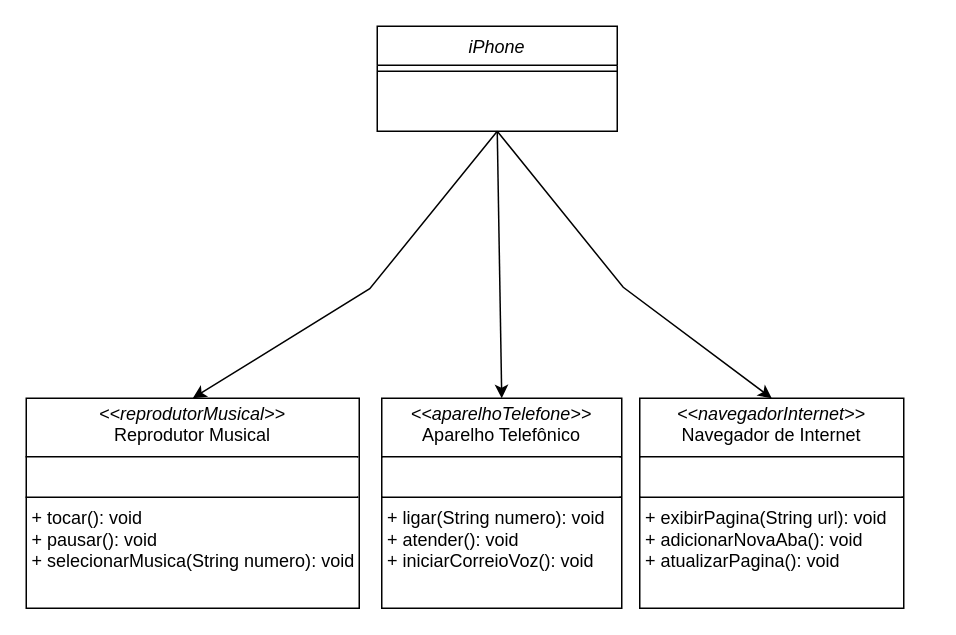
Above: desafios/poo/Diagrama Desafio POO.drawio in gVesco/trilha-java-basico (draw.io), before the change. Source tidied: cells renumbered, new cells numbered last; positions are measured from the earlier drawing's top-left corner, leaving out a move shared by most shapes. Both pictures are drawn from the tidied source at 150%, with x=0, y=0 at pixel (26, 26).
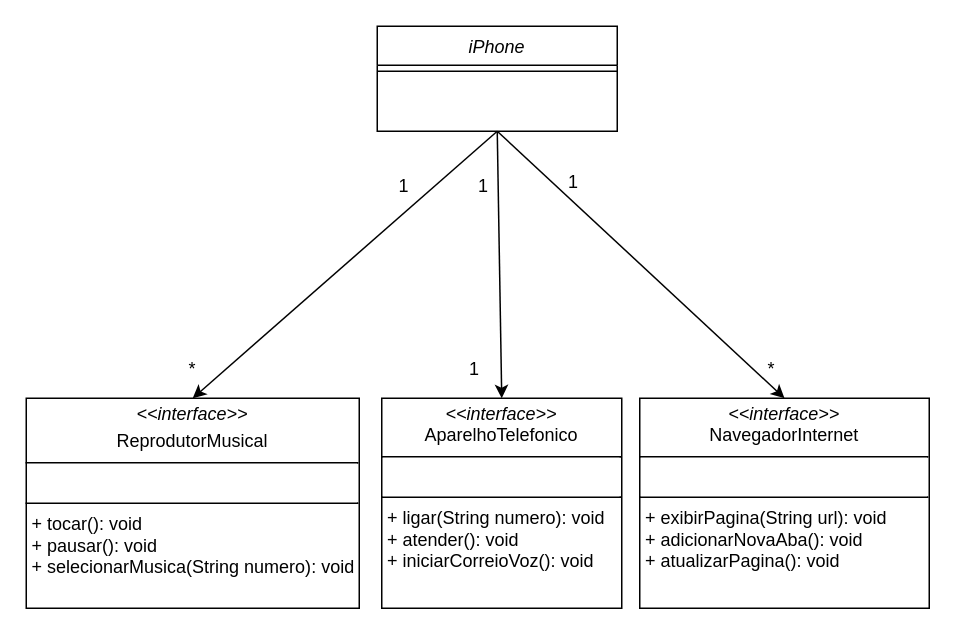
The same diagram, later.

Change to the diagram source:
```diff
@@
 <mxGraphModel>
   <root>
     <mxCell id="0" />
     <mxCell id="1" parent="0" />
     <mxCell id="2" value="iPhone" style="swimlane;fontStyle=2;align=center;verticalAlign=top;horizontal=1;startSize=26;rounded=0;shadow=0;strokeWidth=1;" parent="1" vertex="1">
       <mxGeometry x="234" width="160" height="70" as="geometry" />
     </mxCell>
     <mxCell id="3" style="line;html=1;strokeWidth=1;align=left;verticalAlign=middle;spacingTop=-1;spacingLeft=3;spacingRight=3;labelPosition=right;" parent="2" vertex="1">
       <mxGeometry y="26" width="160" height="8" as="geometry" />
     </mxCell>
     <mxCell id="4" style="endArrow=classic;html=1;rounded=0;exitX=0.5;exitY=1;exitDx=0;exitDy=0;entryX=0.5;entryY=0;entryDx=0;entryDy=0;" parent="1" edge="1" source="2" target="8">
       <mxGeometry relative="1" as="geometry" />
     </mxCell>
-    <mxCell id="5" style="endArrow=classic;html=1;rounded=0;exitX=0.5;exitY=1;exitDx=0;exitDy=0;entryX=0.5;entryY=0;entryDx=0;entryDy=0;" parent="1" edge="1" source="2" target="7">
-      <mxGeometry relative="1" as="geometry">
-        <Array as="points">
-          <mxPoint x="229" y="175" />
-        </Array>
-      </mxGeometry>
+    <mxCell id="5" style="endArrow=classic;html=1;rounded=0;exitX=0.5;exitY=1;exitDx=0;exitDy=0;entryX=0.5;entryY=0;entryDx=0;entryDy=0;curved=0;" parent="1" edge="1" source="2" target="7">
+      <mxGeometry relative="1" as="geometry" />
     </mxCell>
     <mxCell id="6" style="endArrow=classic;html=1;rounded=0;exitX=0.5;exitY=1;exitDx=0;exitDy=0;entryX=0.5;entryY=0;entryDx=0;entryDy=0;" parent="1" edge="1" source="2" target="9">
-      <mxGeometry relative="1" as="geometry">
-        <Array as="points">
-          <mxPoint x="398" y="174" />
-        </Array>
-      </mxGeometry>
+      <mxGeometry relative="1" as="geometry" />
     </mxCell>
-    <mxCell id="7" value="&lt;p style=&quot;margin:0px;margin-top:4px;text-align:center;&quot;&gt;&lt;i&gt;&amp;lt;&amp;lt;reprodutorMusical&amp;gt;&amp;gt;&lt;/i&gt;&lt;br&gt;&lt;span style=&quot;text-wrap: nowrap;&quot;&gt;Reprodutor Musical&lt;/span&gt;&lt;br&gt;&lt;/p&gt;&lt;hr size=&quot;1&quot; style=&quot;border-style:solid;&quot;&gt;&lt;p style=&quot;margin:0px;margin-left:4px;&quot;&gt;&lt;br&gt;&lt;/p&gt;&lt;hr size=&quot;1&quot; style=&quot;border-style:solid;&quot;&gt;&lt;p style=&quot;margin:0px;margin-left:4px;&quot;&gt;+&amp;nbsp;&lt;span style=&quot;text-wrap: nowrap; text-align: center;&quot;&gt;tocar()&lt;/span&gt;: void&lt;br&gt;+&amp;nbsp;&lt;span style=&quot;text-wrap: nowrap; text-align: center;&quot;&gt;pausar()&lt;/span&gt;: void&lt;br&gt;&lt;/p&gt;&lt;p style=&quot;margin:0px;margin-left:4px;&quot;&gt;+&amp;nbsp;&lt;span style=&quot;text-wrap: nowrap; text-align: center;&quot;&gt;selecionarMusica(String numero)&lt;/span&gt;&lt;span style=&quot;background-color: initial;&quot;&gt;: void&lt;/span&gt;&lt;br&gt;&lt;/p&gt;" style="verticalAlign=top;align=left;overflow=fill;html=1;whiteSpace=wrap;" parent="1" vertex="1">
+    <mxCell id="7" value="&lt;p style=&quot;margin:0px;margin-top:4px;text-align:center;&quot;&gt;&lt;i&gt;&amp;lt;&amp;lt;interface&lt;/i&gt;&lt;i style=&quot;background-color: initial;&quot;&gt;&amp;gt;&amp;gt;&lt;/i&gt;&lt;/p&gt;&lt;p style=&quot;margin:0px;margin-top:4px;text-align:center;&quot;&gt;&lt;span style=&quot;text-wrap: nowrap;&quot;&gt;ReprodutorMusical&lt;/span&gt;&lt;br&gt;&lt;/p&gt;&lt;hr size=&quot;1&quot; style=&quot;border-style:solid;&quot;&gt;&lt;p style=&quot;margin:0px;margin-left:4px;&quot;&gt;&lt;br&gt;&lt;/p&gt;&lt;hr size=&quot;1&quot; style=&quot;border-style:solid;&quot;&gt;&lt;p style=&quot;margin:0px;margin-left:4px;&quot;&gt;+&amp;nbsp;&lt;span style=&quot;text-wrap: nowrap; text-align: center;&quot;&gt;tocar()&lt;/span&gt;: void&lt;br&gt;+&amp;nbsp;&lt;span style=&quot;text-wrap: nowrap; text-align: center;&quot;&gt;pausar()&lt;/span&gt;: void&lt;br&gt;&lt;/p&gt;&lt;p style=&quot;margin:0px;margin-left:4px;&quot;&gt;+&amp;nbsp;&lt;span style=&quot;text-wrap: nowrap; text-align: center;&quot;&gt;selecionarMusica(String numero)&lt;/span&gt;&lt;span style=&quot;background-color: initial;&quot;&gt;: void&lt;/span&gt;&lt;br&gt;&lt;/p&gt;" style="verticalAlign=top;align=left;overflow=fill;html=1;whiteSpace=wrap;" parent="1" vertex="1">
       <mxGeometry y="248" width="222" height="140" as="geometry" />
     </mxCell>
-    <mxCell id="8" value="&lt;p style=&quot;margin:0px;margin-top:4px;text-align:center;&quot;&gt;&lt;i&gt;&amp;lt;&amp;lt;aparelhoTelefone&amp;gt;&amp;gt;&lt;/i&gt;&lt;br&gt;&lt;span style=&quot;text-wrap: nowrap;&quot;&gt;Aparelho Telefônico&lt;/span&gt;&lt;br&gt;&lt;/p&gt;&lt;hr size=&quot;1&quot; style=&quot;border-style:solid;&quot;&gt;&lt;p style=&quot;margin:0px;margin-left:4px;&quot;&gt;&lt;br&gt;&lt;/p&gt;&lt;hr size=&quot;1&quot; style=&quot;border-style:solid;&quot;&gt;&lt;p style=&quot;margin:0px;margin-left:4px;&quot;&gt;+&amp;nbsp;&lt;span style=&quot;text-align: center; text-wrap: nowrap;&quot;&gt;ligar(String numero): void&lt;/span&gt;&lt;br&gt;+&amp;nbsp;&lt;span style=&quot;text-align: center; text-wrap: nowrap;&quot;&gt;atender()&lt;/span&gt;: void&lt;br&gt;&lt;/p&gt;&lt;p style=&quot;margin:0px;margin-left:4px;&quot;&gt;+&amp;nbsp;&lt;span style=&quot;text-align: center; text-wrap: nowrap;&quot;&gt;iniciarCorreioVoz()&lt;/span&gt;&lt;span style=&quot;background-color: initial;&quot;&gt;: void&lt;/span&gt;&lt;br&gt;&lt;/p&gt;" style="verticalAlign=top;align=left;overflow=fill;html=1;whiteSpace=wrap;" parent="1" vertex="1">
+    <mxCell id="8" value="&lt;p style=&quot;margin:0px;margin-top:4px;text-align:center;&quot;&gt;&lt;i&gt;&amp;lt;&amp;lt;interface&amp;gt;&amp;gt;&lt;/i&gt;&lt;br&gt;&lt;span style=&quot;text-wrap: nowrap;&quot;&gt;AparelhoTelefonico&lt;/span&gt;&lt;br&gt;&lt;/p&gt;&lt;hr size=&quot;1&quot; style=&quot;border-style:solid;&quot;&gt;&lt;p style=&quot;margin:0px;margin-left:4px;&quot;&gt;&lt;br&gt;&lt;/p&gt;&lt;hr size=&quot;1&quot; style=&quot;border-style:solid;&quot;&gt;&lt;p style=&quot;margin:0px;margin-left:4px;&quot;&gt;+&amp;nbsp;&lt;span style=&quot;text-align: center; text-wrap: nowrap;&quot;&gt;ligar(String numero): void&lt;/span&gt;&lt;br&gt;+&amp;nbsp;&lt;span style=&quot;text-align: center; text-wrap: nowrap;&quot;&gt;atender()&lt;/span&gt;: void&lt;br&gt;&lt;/p&gt;&lt;p style=&quot;margin:0px;margin-left:4px;&quot;&gt;+&amp;nbsp;&lt;span style=&quot;text-align: center; text-wrap: nowrap;&quot;&gt;iniciarCorreioVoz()&lt;/span&gt;&lt;span style=&quot;background-color: initial;&quot;&gt;: void&lt;/span&gt;&lt;br&gt;&lt;/p&gt;" style="verticalAlign=top;align=left;overflow=fill;html=1;whiteSpace=wrap;" parent="1" vertex="1">
       <mxGeometry x="237" y="248" width="160" height="140" as="geometry" />
     </mxCell>
-    <mxCell id="9" value="&lt;p style=&quot;margin:0px;margin-top:4px;text-align:center;&quot;&gt;&lt;i&gt;&amp;lt;&amp;lt;navegadorInternet&amp;gt;&amp;gt;&lt;/i&gt;&lt;br&gt;&lt;span style=&quot;text-wrap: nowrap;&quot;&gt;Navegador de Internet&lt;/span&gt;&lt;/p&gt;&lt;hr size=&quot;1&quot; style=&quot;border-style:solid;&quot;&gt;&lt;p style=&quot;margin:0px;margin-left:4px;&quot;&gt;&lt;br&gt;&lt;/p&gt;&lt;hr size=&quot;1&quot; style=&quot;border-style:solid;&quot;&gt;&lt;p style=&quot;margin:0px;margin-left:4px;&quot;&gt;+&amp;nbsp;&lt;span style=&quot;text-align: center; text-wrap: nowrap;&quot;&gt;exibirPagina(String url)&lt;/span&gt;&lt;span style=&quot;text-align: center; text-wrap: nowrap;&quot;&gt;: void&lt;/span&gt;&lt;br&gt;+&amp;nbsp;&lt;span style=&quot;text-align: center; text-wrap: nowrap;&quot;&gt;adicionarNovaAba()&lt;/span&gt;: void&lt;br&gt;&lt;/p&gt;&lt;p style=&quot;margin:0px;margin-left:4px;&quot;&gt;+&amp;nbsp;&lt;span style=&quot;text-align: center; text-wrap: nowrap;&quot;&gt;atualizarPagina()&lt;/span&gt;&lt;span style=&quot;background-color: initial;&quot;&gt;: void&lt;/span&gt;&lt;br&gt;&lt;/p&gt;" style="verticalAlign=top;align=left;overflow=fill;html=1;whiteSpace=wrap;" parent="1" vertex="1">
-      <mxGeometry x="409" y="248" width="176" height="140" as="geometry" />
+    <mxCell id="9" value="&lt;p style=&quot;margin:0px;margin-top:4px;text-align:center;&quot;&gt;&lt;i&gt;&amp;lt;&amp;lt;interface&amp;gt;&amp;gt;&lt;/i&gt;&lt;br&gt;&lt;span style=&quot;text-wrap: nowrap;&quot;&gt;NavegadorInternet&lt;/span&gt;&lt;br&gt;&lt;/p&gt;&lt;hr size=&quot;1&quot; style=&quot;border-style:solid;&quot;&gt;&lt;p style=&quot;margin:0px;margin-left:4px;&quot;&gt;&lt;br&gt;&lt;/p&gt;&lt;hr size=&quot;1&quot; style=&quot;border-style:solid;&quot;&gt;&lt;p style=&quot;margin:0px;margin-left:4px;&quot;&gt;+&amp;nbsp;&lt;span style=&quot;text-align: center; text-wrap: nowrap;&quot;&gt;exibirPagina(String url)&lt;/span&gt;&lt;span style=&quot;text-align: center; text-wrap: nowrap;&quot;&gt;: void&lt;/span&gt;&lt;br&gt;+&amp;nbsp;&lt;span style=&quot;text-align: center; text-wrap: nowrap;&quot;&gt;adicionarNovaAba()&lt;/span&gt;: void&lt;br&gt;&lt;/p&gt;&lt;p style=&quot;margin:0px;margin-left:4px;&quot;&gt;+&amp;nbsp;&lt;span style=&quot;text-align: center; text-wrap: nowrap;&quot;&gt;atualizarPagina()&lt;/span&gt;&lt;span style=&quot;background-color: initial;&quot;&gt;: void&lt;/span&gt;&lt;br&gt;&lt;/p&gt;" style="verticalAlign=top;align=left;overflow=fill;html=1;whiteSpace=wrap;" parent="1" vertex="1">
+      <mxGeometry x="409" y="248" width="193" height="140" as="geometry" />
     </mxCell>
+    <mxCell id="10" value="*" style="text;html=1;align=center;verticalAlign=middle;whiteSpace=wrap;rounded=0;" parent="1" vertex="1">
+      <mxGeometry x="81" y="214" width="60" height="30" as="geometry" />
+    </mxCell>
+    <mxCell id="11" value="*" style="text;html=1;align=center;verticalAlign=middle;whiteSpace=wrap;rounded=0;" parent="1" vertex="1">
+      <mxGeometry x="467" y="214" width="60" height="30" as="geometry" />
+    </mxCell>
+    <mxCell id="12" value="1" style="text;html=1;align=center;verticalAlign=middle;whiteSpace=wrap;rounded=0;" parent="1" vertex="1">
+      <mxGeometry x="269" y="214" width="60" height="30" as="geometry" />
+    </mxCell>
+    <mxCell id="13" value="1" style="text;html=1;align=center;verticalAlign=middle;whiteSpace=wrap;rounded=0;" parent="1" vertex="1">
+      <mxGeometry x="275" y="92" width="60" height="30" as="geometry" />
+    </mxCell>
+    <mxCell id="14" value="1" style="text;html=1;align=center;verticalAlign=middle;whiteSpace=wrap;rounded=0;" parent="1" vertex="1">
+      <mxGeometry x="335" y="89" width="60" height="30" as="geometry" />
+    </mxCell>
+    <mxCell id="15" value="1" style="text;html=1;align=center;verticalAlign=middle;whiteSpace=wrap;rounded=0;" parent="1" vertex="1">
+      <mxGeometry x="222" y="92" width="60" height="30" as="geometry" />
+    </mxCell>
   </root>
 </mxGraphModel>
```
